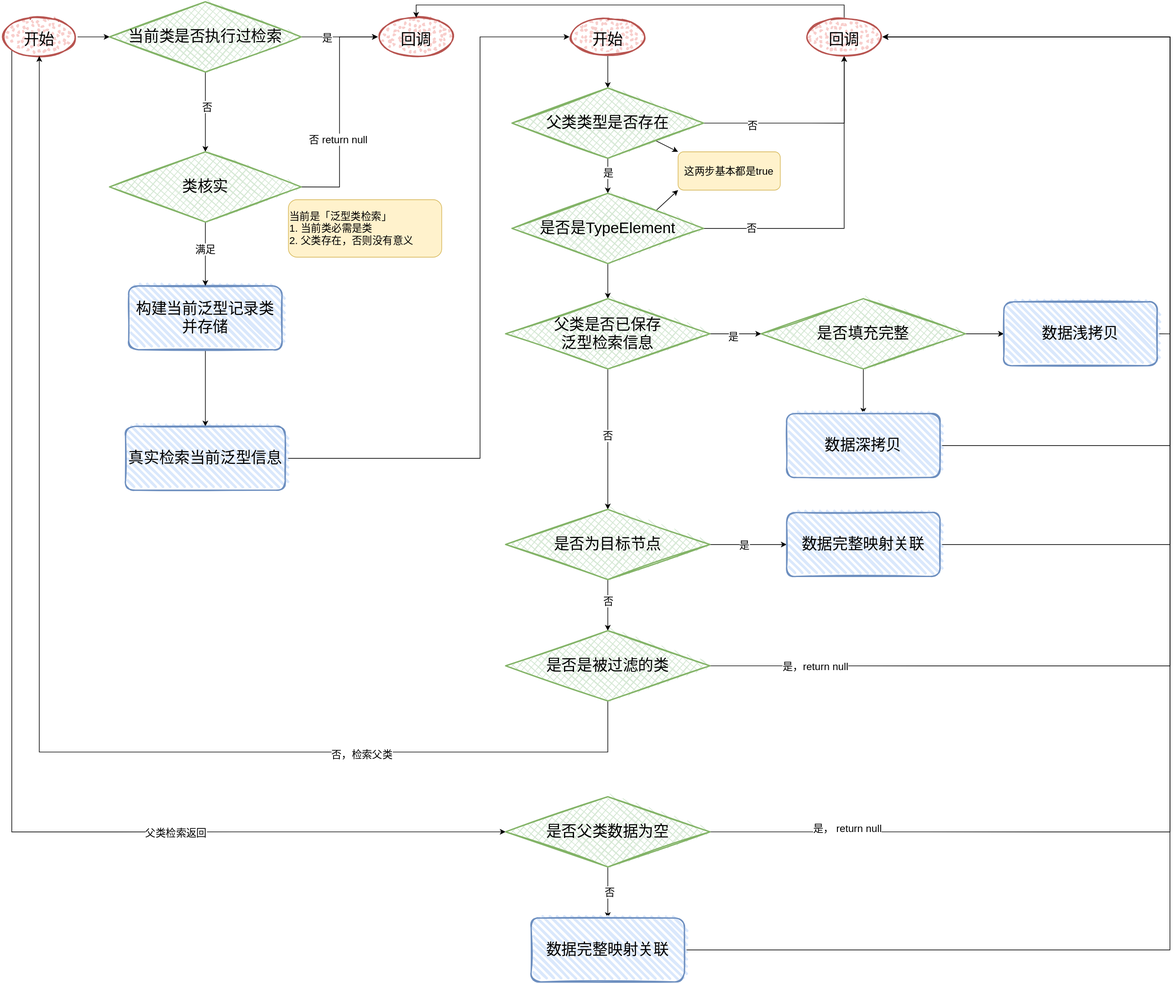
The draw.io diagram resource/ClassGenericsRetrieval.svg in Sheedon/CompilationTool, before a commit. Source tidied: cells renumbered, new cells last; positions are measured from the earlier drawing's top-left corner, leaving out a move shared by most shapes.
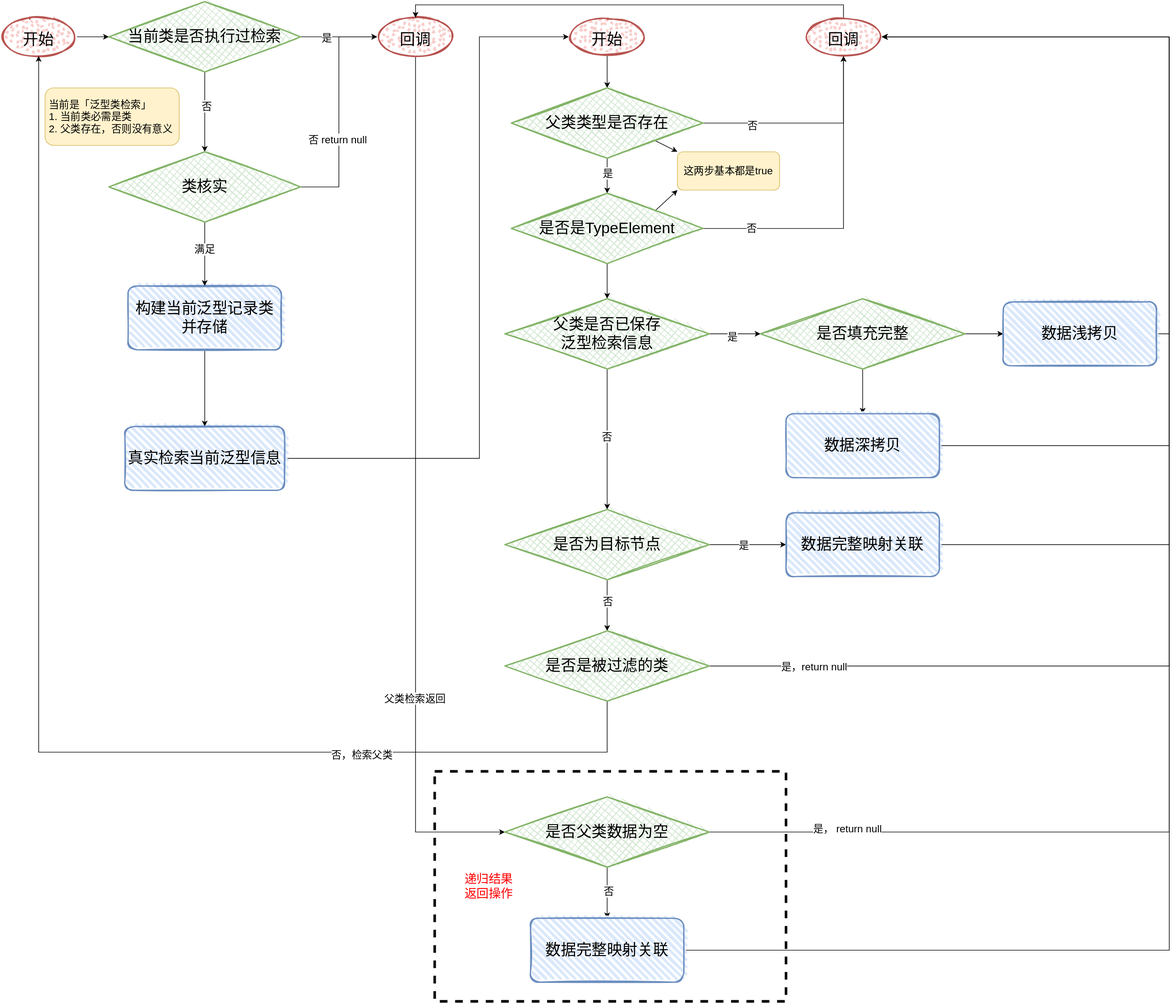
The same diagram one commit later.

Commit message:
更新流程图资源

The edit, as a diff of the source:
```diff
@@ -2,13 +2,16 @@
   <root>
     <mxCell id="0" />
     <mxCell id="1" parent="0" />
+    <mxCell id="69" style="rounded=0;whiteSpace=wrap;html=1;dashed=1;fillColor=none;strokeWidth=4;" parent="1" vertex="1">
+      <mxGeometry x="680" y="1205" width="550" height="360" as="geometry" />
+    </mxCell>
     <mxCell id="2" style="edgeStyle=orthogonalEdgeStyle;rounded=0;jettySize=auto;html=1;exitX=1;exitY=0.5;exitDx=0;exitDy=0;entryX=0;entryY=0.5;entryDx=0;entryDy=0;" parent="1" edge="1" source="5" target="10">
       <mxGeometry relative="1" as="geometry" />
     </mxCell>
-    <mxCell id="3" style="edgeStyle=orthogonalEdgeStyle;rounded=0;jettySize=auto;html=1;exitX=0;exitY=1;exitDx=0;exitDy=0;fontSize=16;entryX=0;entryY=0.5;entryDx=0;entryDy=0;" parent="1" edge="1" source="5" target="66">
+    <mxCell id="3" style="edgeStyle=orthogonalEdgeStyle;rounded=0;jettySize=auto;html=1;exitX=0.5;exitY=1;exitDx=0;exitDy=0;fontSize=16;entryX=0;entryY=0.5;entryDx=0;entryDy=0;" parent="1" edge="1" source="19" target="66">
       <mxGeometry relative="1" as="geometry">
         <Array as="points">
-          <mxPoint x="17" y="1300" />
+          <mxPoint x="650" y="1300" />
         </Array>
       </mxGeometry>
     </mxCell>
@@ -63,8 +66,8 @@
     <mxCell id="17" value="类核实" style="rhombus;whiteSpace=wrap;html=1;strokeWidth=2;fillWeight=-1;hachureGap=8;fillStyle=cross-hatch;fillColor=#d5e8d4;sketch=1;fontSize=24;strokeColor=#82b366;" parent="1" vertex="1">
       <mxGeometry x="170" y="235" width="300" height="110" as="geometry" />
     </mxCell>
-    <mxCell id="18" value="&lt;span style=&quot;&quot;&gt;当前是「泛型类检索」&lt;/span&gt;&lt;br style=&quot;&quot;&gt;&lt;span style=&quot;&quot;&gt;1. 当前类必需是类&lt;/span&gt;&lt;br style=&quot;&quot;&gt;&lt;span style=&quot;&quot;&gt;2. 父类存在，否则没有意义&lt;/span&gt;" style="rounded=1;whiteSpace=wrap;html=1;fontSize=16;fillColor=#fff2cc;strokeColor=#d6b656;align=left;" parent="1" vertex="1">
-      <mxGeometry x="450" y="310" width="240" height="90" as="geometry" />
+    <mxCell id="18" value="&lt;span&gt;&amp;nbsp;当前是「泛型类检索」&lt;/span&gt;&lt;br&gt;&lt;span&gt;&amp;nbsp;1. 当前类必需是类&lt;/span&gt;&lt;br&gt;&lt;span&gt;&amp;nbsp;2. 父类存在，否则没有意义&lt;/span&gt;" style="rounded=1;whiteSpace=wrap;html=1;fontSize=16;fillColor=#fff2cc;strokeColor=#d6b656;align=left;" parent="1" vertex="1">
+      <mxGeometry x="70" y="135" width="210" height="90" as="geometry" />
     </mxCell>
     <mxCell id="19" value="&lt;font style=&quot;font-size: 24px&quot;&gt;回调&lt;/font&gt;" style="ellipse;whiteSpace=wrap;html=1;strokeWidth=2;fillWeight=2;hachureGap=8;fillColor=#f8cecc;fillStyle=dots;sketch=1;fontSize=38;strokeColor=#b85450;" parent="1" vertex="1">
       <mxGeometry x="590" y="25" width="120" height="60" as="geometry" />
@@ -260,5 +263,8 @@
     <mxCell id="68" value="数据完整映射关联" style="rounded=1;whiteSpace=wrap;html=1;strokeWidth=2;fillWeight=4;hachureGap=8;hachureAngle=45;fillColor=#dae8fc;sketch=1;fontSize=24;strokeColor=#6c8ebf;" parent="1" vertex="1">
       <mxGeometry x="830" y="1435" width="240" height="100" as="geometry" />
     </mxCell>
+    <mxCell id="70" value="&lt;font style=&quot;font-size: 19px&quot;&gt;递归结果返回操作&lt;/font&gt;" style="text;html=1;strokeColor=none;fillColor=none;align=center;verticalAlign=middle;whiteSpace=wrap;rounded=0;dashed=1;fontColor=#FF0000;" parent="1" vertex="1">
+      <mxGeometry x="720" y="1365" width="90" height="40" as="geometry" />
+    </mxCell>
   </root>
 </mxGraphModel>
```
